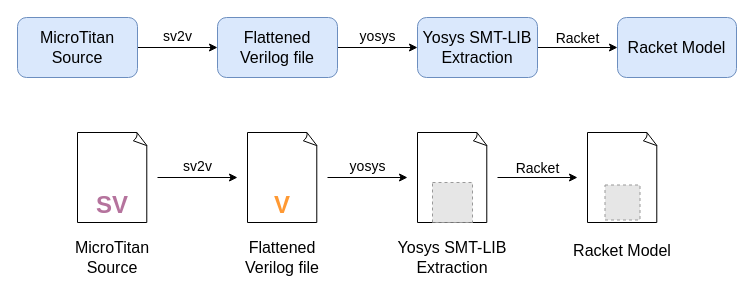
Above: _img-srcs/blog/2021-02-17-kronos/toolchain.drawio in nmoroze/nmoroze.github.io (draw.io), before the change. Source tidied: cells renumbered, new cells numbered last; positions are measured from the earlier drawing's top-left corner, leaving out a move shared by most shapes. Both pictures are drawn from the tidied source at 100%, with x=0, y=0 at pixel (17, 17). Pictures stored in the file or linked from it are replaced by grey dashed boxes.
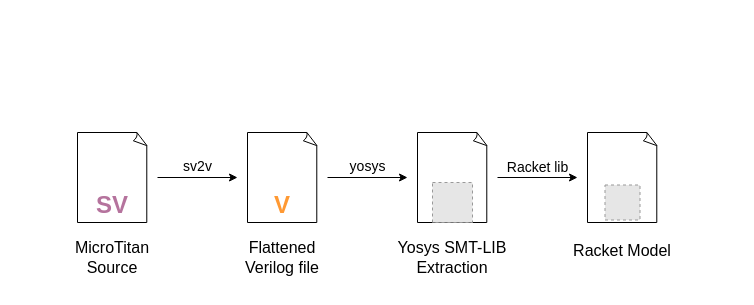
After the change.

The change refers to these unchanged cells:
```xml
<mxCell id="12" style="edgeStyle=orthogonalEdgeStyle;rounded=0;orthogonalLoop=1;jettySize=auto;html=1;fontFamily=CMU Sans Serif;verticalAlign=middle;fontSize=14;" parent="1" edge="1">
  <mxGeometry relative="1" as="geometry">
    <mxPoint x="480" y="160" as="sourcePoint" />
    <mxPoint x="560" y="160" as="targetPoint" />
  </mxGeometry>
</mxCell>
```

Change to the diagram source:
```diff
@@
-    <mxCell id="2" value="sv2v" style="edgeStyle=orthogonalEdgeStyle;rounded=0;jettySize=auto;html=1;fontFamily=CMU Sans Serif;verticalAlign=bottom;fontSize=14;" parent="1" edge="1" source="3" target="5">
-      <mxGeometry relative="1" as="geometry" />
-    </mxCell>
-    <mxCell id="3" value="MicroTitan Source" style="rounded=1;whiteSpace=wrap;html=1;fillColor=#dae8fc;strokeColor=#6c8ebf;fontFamily=CMU Sans Serif;fontSize=16;" parent="1" vertex="1">
-      <mxGeometry width="120" height="60" as="geometry" />
-    </mxCell>
-    <mxCell id="4" value="yosys" style="edgeStyle=orthogonalEdgeStyle;rounded=0;jettySize=auto;html=1;fontFamily=CMU Sans Serif;verticalAlign=bottom;fontSize=14;" parent="1" edge="1" source="5" target="8">
-      <mxGeometry relative="1" as="geometry" />
-    </mxCell>
-    <mxCell id="5" value="Flattened Verilog file" style="rounded=1;whiteSpace=wrap;html=1;fillColor=#dae8fc;strokeColor=#6c8ebf;fontFamily=CMU Sans Serif;fontSize=16;" parent="1" vertex="1">
-      <mxGeometry x="200" width="120" height="60" as="geometry" />
-    </mxCell>
-    <mxCell id="6" style="edgeStyle=orthogonalEdgeStyle;rounded=0;jettySize=auto;html=1;fontFamily=CMU Sans Serif;verticalAlign=middle;fontSize=14;" parent="1" edge="1" source="8" target="9">
-      <mxGeometry relative="1" as="geometry" />
-    </mxCell>
-    <mxCell id="7" value="Racket" style="edgeLabel;html=1;align=center;verticalAlign=bottom;fontSize=14;fontFamily=CMU Sans Serif;" parent="6" vertex="1">
-      <mxGeometry x="-0.03" y="-1" relative="1" as="geometry" />
-    </mxCell>
-    <mxCell id="8" value="Yosys SMT-LIB Extraction" style="rounded=1;whiteSpace=wrap;html=1;fillColor=#dae8fc;strokeColor=#6c8ebf;fontFamily=CMU Sans Serif;fontSize=16;" parent="1" vertex="1">
-      <mxGeometry x="400" width="120" height="60" as="geometry" />
-    </mxCell>
-    <mxCell id="9" value="Racket Model" style="rounded=1;whiteSpace=wrap;html=1;fillColor=#dae8fc;strokeColor=#6c8ebf;fontFamily=CMU Sans Serif;fontSize=16;" parent="1" vertex="1">
-      <mxGeometry x="600" width="119" height="60" as="geometry" />
-    </mxCell>
@@
-    <mxCell id="13" value="Racket" style="edgeLabel;html=1;align=center;verticalAlign=bottom;fontSize=14;fontFamily=CMU Sans Serif;" parent="12" vertex="1">
-      <mxGeometry x="-0.03" y="-1" relative="1" as="geometry" />
+    <mxCell id="13" value="Racket lib" style="edgeLabel;html=1;align=center;verticalAlign=bottom;fontSize=14;fontFamily=CMU Sans Serif;" parent="12" vertex="1">
+      <mxGeometry x="-0.03" y="-1" relative="1" as="geometry">
+        <mxPoint y="-1" as="offset" />
+      </mxGeometry>
     </mxCell>
```
